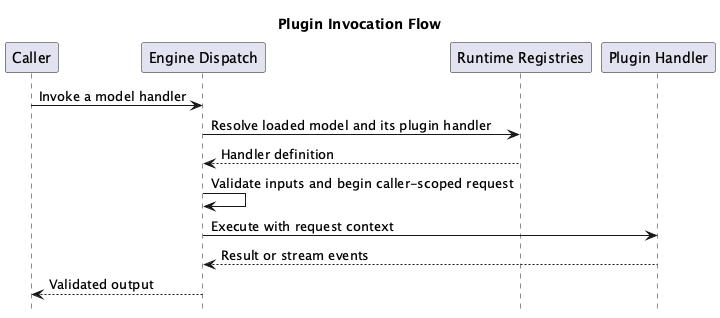
Earlier version of the PlantUML export docs/architecture/puml/images/04-plugin-invocation-flow.png (tetherto/qvac). Source of this version:
```plantuml
@startuml
title Plugin Invocation Flow
hide footbox

participant "Caller" as Caller
participant "Engine Dispatch" as Dispatch
participant "Runtime Registries" as State
participant "Plugin Handler" as Handler

Caller -> Dispatch : Invoke a model handler
Dispatch -> State : Resolve loaded model and its plugin handler
State --> Dispatch : Handler definition
Dispatch -> Dispatch : Validate inputs and begin caller-scoped request
Dispatch -> Handler : Execute with request context
Handler --> Dispatch : Result or stream events
Dispatch --> Caller : Validated output
@enduml
```
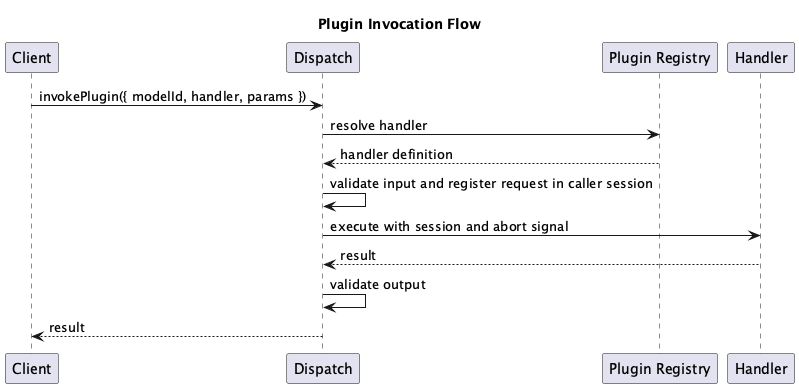
Later version of the same file.

What changed in the source:
```diff
@@ -1,17 +1,18 @@
 @startuml
 title Plugin Invocation Flow
-hide footbox
 
-participant "Caller" as Caller
-participant "Engine Dispatch" as Dispatch
-participant "Runtime Registries" as State
-participant "Plugin Handler" as Handler
+participant "Client" as Client
+participant "Dispatch" as Dispatch
+participant "Plugin Registry" as PluginReg
+participant "Handler" as Handler
 
-Caller -> Dispatch : Invoke a model handler
-Dispatch -> State : Resolve loaded model and its plugin handler
-State --> Dispatch : Handler definition
-Dispatch -> Dispatch : Validate inputs and begin caller-scoped request
-Dispatch -> Handler : Execute with request context
-Handler --> Dispatch : Result or stream events
-Dispatch --> Caller : Validated output
+Client -> Dispatch : invokePlugin({ modelId, handler, params })
+Dispatch -> PluginReg : resolve handler
+PluginReg --> Dispatch : handler definition
+Dispatch -> Dispatch : validate input and register request in caller session
+Dispatch -> Handler : execute with session and abort signal
+Handler --> Dispatch : result
+Dispatch -> Dispatch : validate output
+Dispatch --> Client : result
+
 @enduml
```
